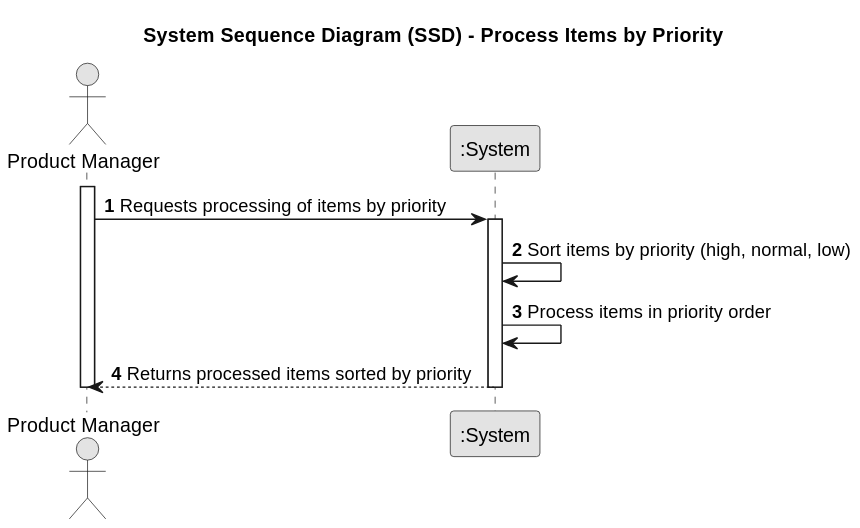
This is Sprint2/documentation/USEI08/01.requirements-engineering/svg/USEI08-system-sequence-diagram.svg from AmirMasnavi/Industrial-Production-Simulator, a PlantUML export, as it was before one commit. Its diagram source:
```plantuml
@startuml
skinparam monochrome true
skinparam packageStyle rectangle
skinparam shadowing false

title System Sequence Diagram (SSD) - Process Items by Priority

autonumber

actor "Product Manager" as ProductManager
participant ":System" as System

activate ProductManager

    ProductManager -> System : Requests processing of items by priority
    activate System

        System -> System : Sort items by priority (high, normal, low)
        System -> System : Process items in priority order

        System --> ProductManager : Returns processed items sorted by priority

    deactivate System
deactivate ProductManager
@enduml
```
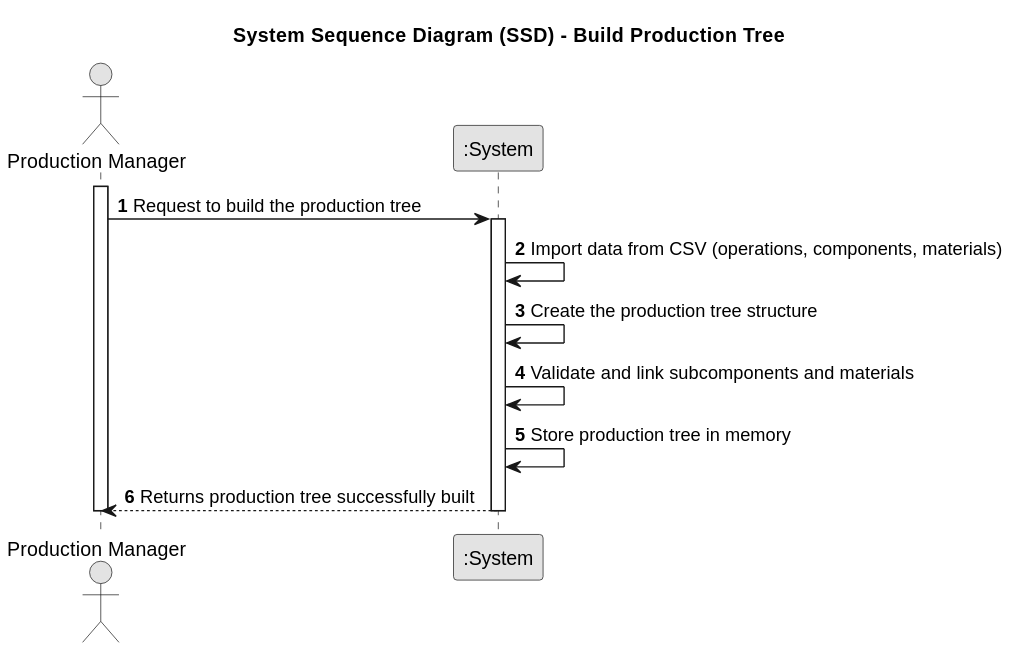
The same diagram one commit later.

Commit message:
domain model and SSD USEI08

Change to the diagram source:
```diff
@@ -3,23 +3,25 @@
 skinparam packageStyle rectangle
 skinparam shadowing false
 
-title System Sequence Diagram (SSD) - Process Items by Priority
+title System Sequence Diagram (SSD) - Build Production Tree
 
 autonumber
 
-actor "Product Manager" as ProductManager
+actor "Production Manager" as ProductionManager
 participant ":System" as System
 
-activate ProductManager
+activate ProductionManager
 
-    ProductManager -> System : Requests processing of items by priority
+    ProductionManager -> System : Request to build the production tree
     activate System
 
-        System -> System : Sort items by priority (high, normal, low)
-        System -> System : Process items in priority order
+        System -> System : Import data from CSV (operations, components, materials)
+        System -> System : Create the production tree structure
+        System -> System : Validate and link subcomponents and materials
+        System -> System : Store production tree in memory
 
-        System --> ProductManager : Returns processed items sorted by priority
+        System --> ProductionManager : Returns production tree successfully built
 
     deactivate System
-deactivate ProductManager
+deactivate ProductionManager
 @enduml
```
